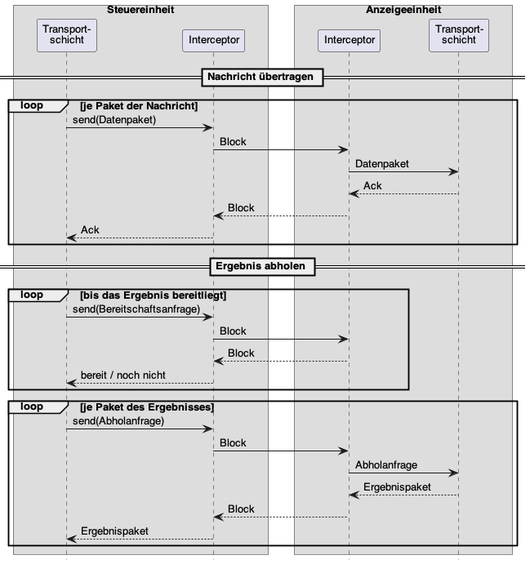
The PlantUML diagram thesis/figures/interceptor_ablauf.png in K1ngGrim/master-pa-legolab, before a commit. The source it was exported from:
```plantuml
@startuml interceptor_ablauf

skinparam backgroundColor transparent
skinparam shadowing false
skinparam defaultFontName "Helvetica"
skinparam defaultFontSize 13
skinparam ParticipantPadding 25
skinparam BoxPadding 15
hide footbox

box "Steuereinheit"
  participant "Transport-\nschicht" as TC
  participant "Interceptor" as IC
end box

box "Anzeigeeinheit"
  participant "Interceptor" as ID
  participant "Transport-\nschicht" as TD
end box

== Nachricht übertragen ==

loop je Paket der Nachricht
  TC  ->  IC : send(Datenpaket)
  IC  ->  ID : Block
  ID  ->  TD : Datenpaket
  TD --> ID  : Ack
  ID --> IC  : Block
  IC --> TC  : Ack
end

== Ergebnis abholen ==

loop bis das Ergebnis bereitliegt
  TC  ->  IC : send(Bereitschaftsanfrage)
  IC  ->  ID : Block
  ID --> IC  : Block
  IC --> TC  : bereit / noch nicht
end

loop je Paket des Ergebnisses
  TC  ->  IC : send(Abholanfrage)
  IC  ->  ID : Block
  ID  ->  TD : Abholanfrage
  TD --> ID  : Ergebnispaket
  ID --> IC  : Block
  IC --> TC  : Ergebnispaket
end

@enduml
```
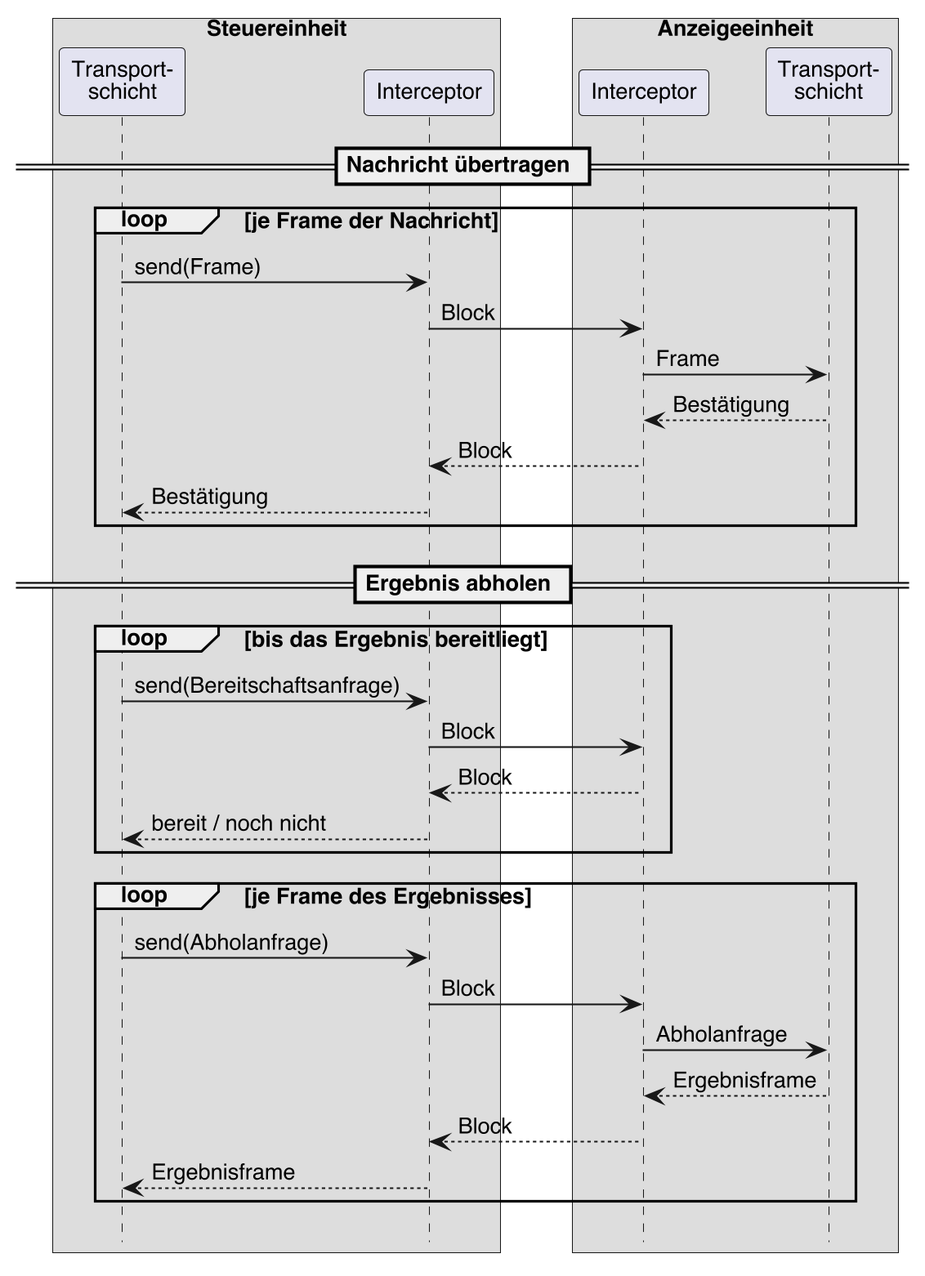
The same file after the commit.

The edit, as a diff of the source:
```diff
@@ -1,10 +1,10 @@
 @startuml interceptor_ablauf
+skinparamlocked dpi 200
 
 skinparam backgroundColor transparent
 skinparam shadowing false
 skinparam defaultFontName "Helvetica"
 skinparam defaultFontSize 13
-skinparam ParticipantPadding 25
 skinparam BoxPadding 15
 hide footbox
 
@@ -20,13 +20,13 @@
 
 == Nachricht übertragen ==
 
-loop je Paket der Nachricht
-  TC  ->  IC : send(Datenpaket)
+loop je Frame der Nachricht
+  TC  ->  IC : send(Frame)
   IC  ->  ID : Block
-  ID  ->  TD : Datenpaket
-  TD --> ID  : Ack
+  ID  ->  TD : Frame
+  TD --> ID  : Bestätigung
   ID --> IC  : Block
-  IC --> TC  : Ack
+  IC --> TC  : Bestätigung
 end
 
 == Ergebnis abholen ==
@@ -38,13 +38,13 @@
   IC --> TC  : bereit / noch nicht
 end
 
-loop je Paket des Ergebnisses
+loop je Frame des Ergebnisses
   TC  ->  IC : send(Abholanfrage)
   IC  ->  ID : Block
   ID  ->  TD : Abholanfrage
-  TD --> ID  : Ergebnispaket
+  TD --> ID  : Ergebnisframe
   ID --> IC  : Block
-  IC --> TC  : Ergebnispaket
+  IC --> TC  : Ergebnisframe
 end
 
 @enduml
```
